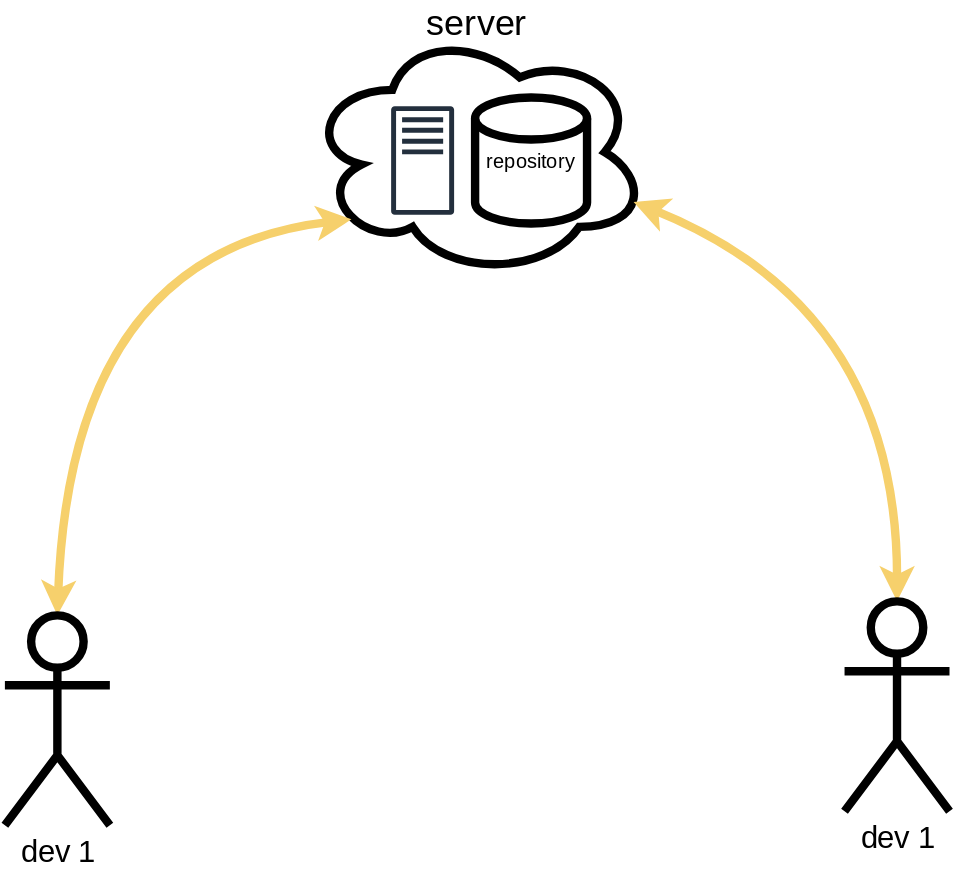
This is public/vcs-comparison-centralized.svg from tvannoy/intro-to-git, a draw.io export, as it was before one commit. Source tidied: cells renumbered, new cells last; positions are measured from the earlier drawing's top-left corner, leaving out a move shared by most shapes.
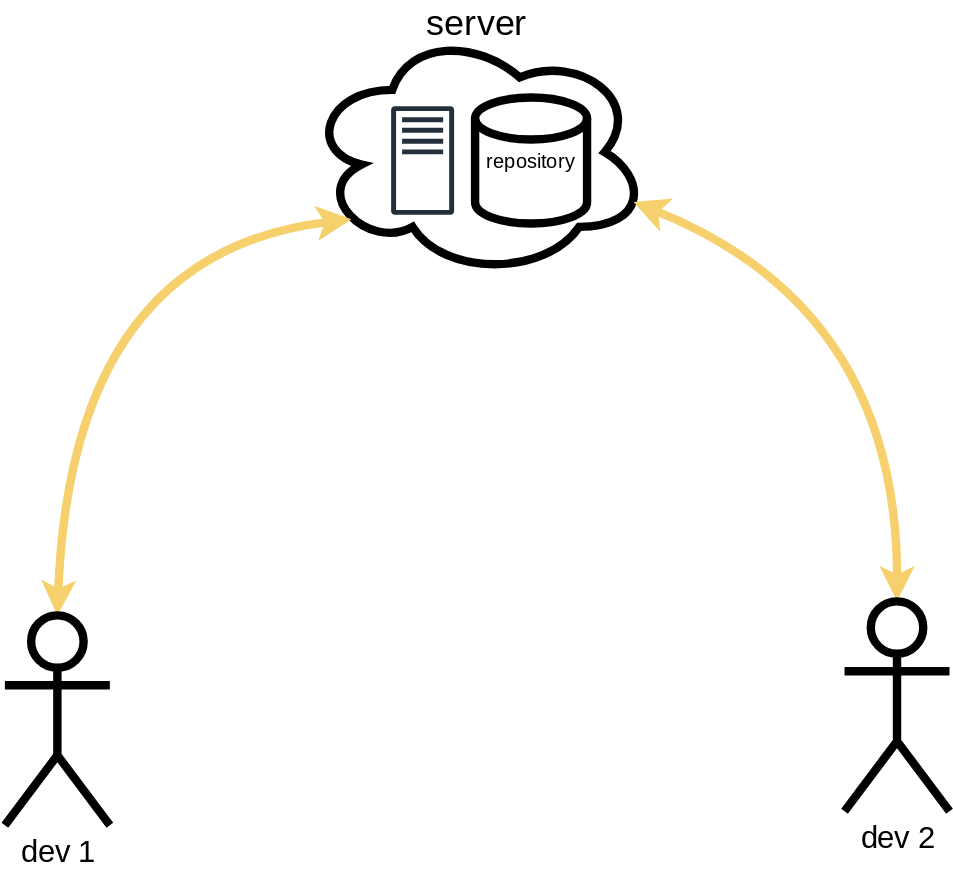
Above is the later version.

Change to the diagram source:
```diff
@@ -31,7 +31,7 @@
         </Array>
       </mxGeometry>
     </mxCell>
-    <mxCell id="9" value="dev 1" style="shape=umlActor;verticalLabelPosition=bottom;verticalAlign=top;html=1;outlineConnect=0;strokeWidth=6;fontFamily=Source Sans Pro;fontSource=https%3A%2F%2Ffonts.googleapis.com%2Fcss%3Ffamily%3DSource%2BSans%2BPro;fontSize=22;fillColor=none;" parent="1" vertex="1">
+    <mxCell id="9" value="dev 2" style="shape=umlActor;verticalLabelPosition=bottom;verticalAlign=top;html=1;outlineConnect=0;strokeWidth=6;fontFamily=Source Sans Pro;fontSource=https%3A%2F%2Ffonts.googleapis.com%2Fcss%3Ffamily%3DSource%2BSans%2BPro;fontSize=22;fillColor=none;" parent="1" vertex="1">
       <mxGeometry x="600" y="410" width="75" height="150" as="geometry" />
     </mxCell>
   </root>
```
